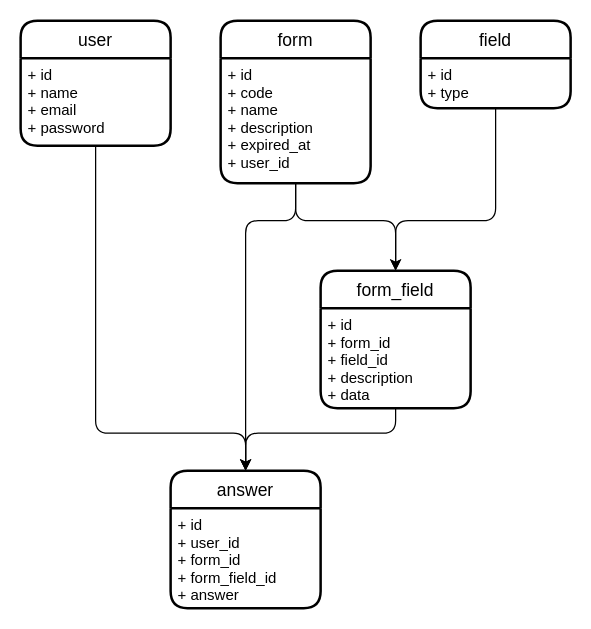
Above: docs/database-entities-v1.drawio in lukas-santiago/fesa-ec7-censos-api (draw.io), before the change. Source tidied: cells renumbered, new cells numbered last; positions are measured from the earlier drawing's top-left corner, leaving out a move shared by most shapes. Both pictures are drawn from the tidied source at 125%, with x=0, y=0 at pixel (20, 20).
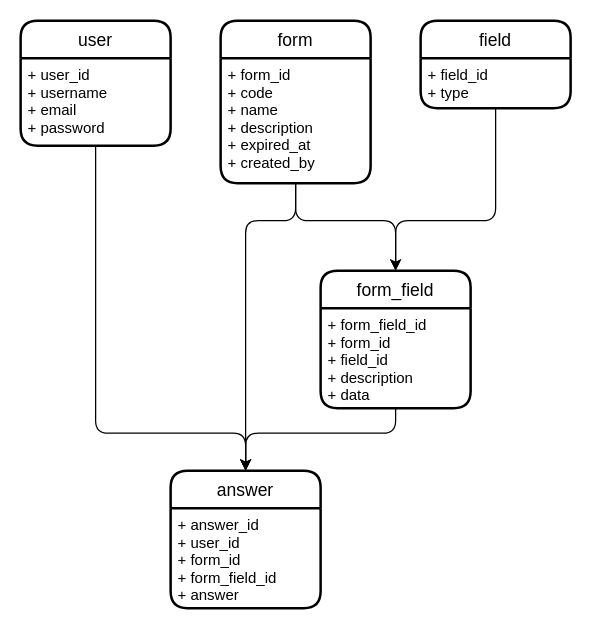
The same diagram, later.

The change refers to these unchanged cells:
```xml
<mxCell id="2" value="user" style="swimlane;horizontal=1;startSize=30;rounded=1;fontSize=14;fontStyle=0;strokeWidth=2;shadow=0;dashed=0;align=center;" parent="1" vertex="1">
  <mxGeometry width="120" height="100" as="geometry" />
</mxCell>
<mxCell id="4" value="form" style="swimlane;horizontal=1;startSize=30;rounded=1;fontSize=14;fontStyle=0;strokeWidth=2;shadow=0;dashed=0;align=center;" parent="1" vertex="1">
  <mxGeometry x="160" width="120" height="130" as="geometry" />
</mxCell>
<mxCell id="6" value="field" style="swimlane;horizontal=1;startSize=30;rounded=1;fontSize=14;fontStyle=0;strokeWidth=2;shadow=0;dashed=0;align=center;" parent="1" vertex="1">
  <mxGeometry x="320" width="120" height="70" as="geometry" />
</mxCell>
<mxCell id="8" value="form_field" style="swimlane;horizontal=1;startSize=30;rounded=1;fontSize=14;fontStyle=0;strokeWidth=2;shadow=0;dashed=0;align=center;" parent="1" vertex="1">
  <mxGeometry x="240" y="200" width="120" height="110" as="geometry" />
</mxCell>
<mxCell id="10" value="answer" style="swimlane;horizontal=1;startSize=30;rounded=1;fontSize=14;fontStyle=0;strokeWidth=2;shadow=0;dashed=0;align=center;" parent="1" vertex="1">
  <mxGeometry x="120" y="360" width="120" height="110" as="geometry" />
</mxCell>
```

The edit, as a diff of the source:
```diff
@@
-    <mxCell id="3" value="+ id&#10;+ name&#10;+ email&#10;+ password" style="align=left;strokeColor=none;fillColor=none;spacingLeft=4;fontSize=12;verticalAlign=top;" parent="2" vertex="1">
+    <mxCell id="3" value="+ user_id&#10;+ username&#10;+ email&#10;+ password" style="align=left;strokeColor=none;fillColor=none;spacingLeft=4;fontSize=12;verticalAlign=top;" parent="2" vertex="1">
       <mxGeometry y="30" width="120" height="70" as="geometry" />
     </mxCell>
@@
-    <mxCell id="5" value="+ id&#10;+ code&#10;+ name&#10;+ description&#10;+ expired_at&#10;+ user_id" style="align=left;strokeColor=none;fillColor=none;spacingLeft=4;fontSize=12;verticalAlign=top;" parent="4" vertex="1">
+    <mxCell id="5" value="+ form_id&#10;+ code&#10;+ name&#10;+ description&#10;+ expired_at&#10;+ created_by" style="align=left;strokeColor=none;fillColor=none;spacingLeft=4;fontSize=12;verticalAlign=top;" parent="4" vertex="1">
       <mxGeometry y="30" width="120" height="100" as="geometry" />
     </mxCell>
@@
-    <mxCell id="7" value="+ id&#10;+ type" style="align=left;strokeColor=none;fillColor=none;spacingLeft=4;fontSize=12;verticalAlign=top;" parent="6" vertex="1">
+    <mxCell id="7" value="+ field_id&#10;+ type" style="align=left;strokeColor=none;fillColor=none;spacingLeft=4;fontSize=12;verticalAlign=top;" parent="6" vertex="1">
       <mxGeometry y="30" width="120" height="40" as="geometry" />
     </mxCell>
@@
-    <mxCell id="9" value="+ id&#10;+ form_id&#10;+ field_id&#10;+ description&#10;+ data" style="align=left;strokeColor=none;fillColor=none;spacingLeft=4;fontSize=12;verticalAlign=top;" parent="8" vertex="1">
+    <mxCell id="9" value="+ form_field_id&#10;+ form_id&#10;+ field_id&#10;+ description&#10;+ data" style="align=left;strokeColor=none;fillColor=none;spacingLeft=4;fontSize=12;verticalAlign=top;" parent="8" vertex="1">
       <mxGeometry y="30" width="120" height="80" as="geometry" />
     </mxCell>
@@
-    <mxCell id="12" value="+ id&#10;+ user_id&#10;+ form_id&#10;+ form_field_id&#10;+ answer" style="align=left;strokeColor=none;fillColor=none;spacingLeft=4;fontSize=12;verticalAlign=top;" parent="10" vertex="1">
+    <mxCell id="12" value="+ answer_id&#10;+ user_id&#10;+ form_id&#10;+ form_field_id&#10;+ answer" style="align=left;strokeColor=none;fillColor=none;spacingLeft=4;fontSize=12;verticalAlign=top;" parent="10" vertex="1">
       <mxGeometry y="30" width="120" height="80" as="geometry" />
     </mxCell>
```
